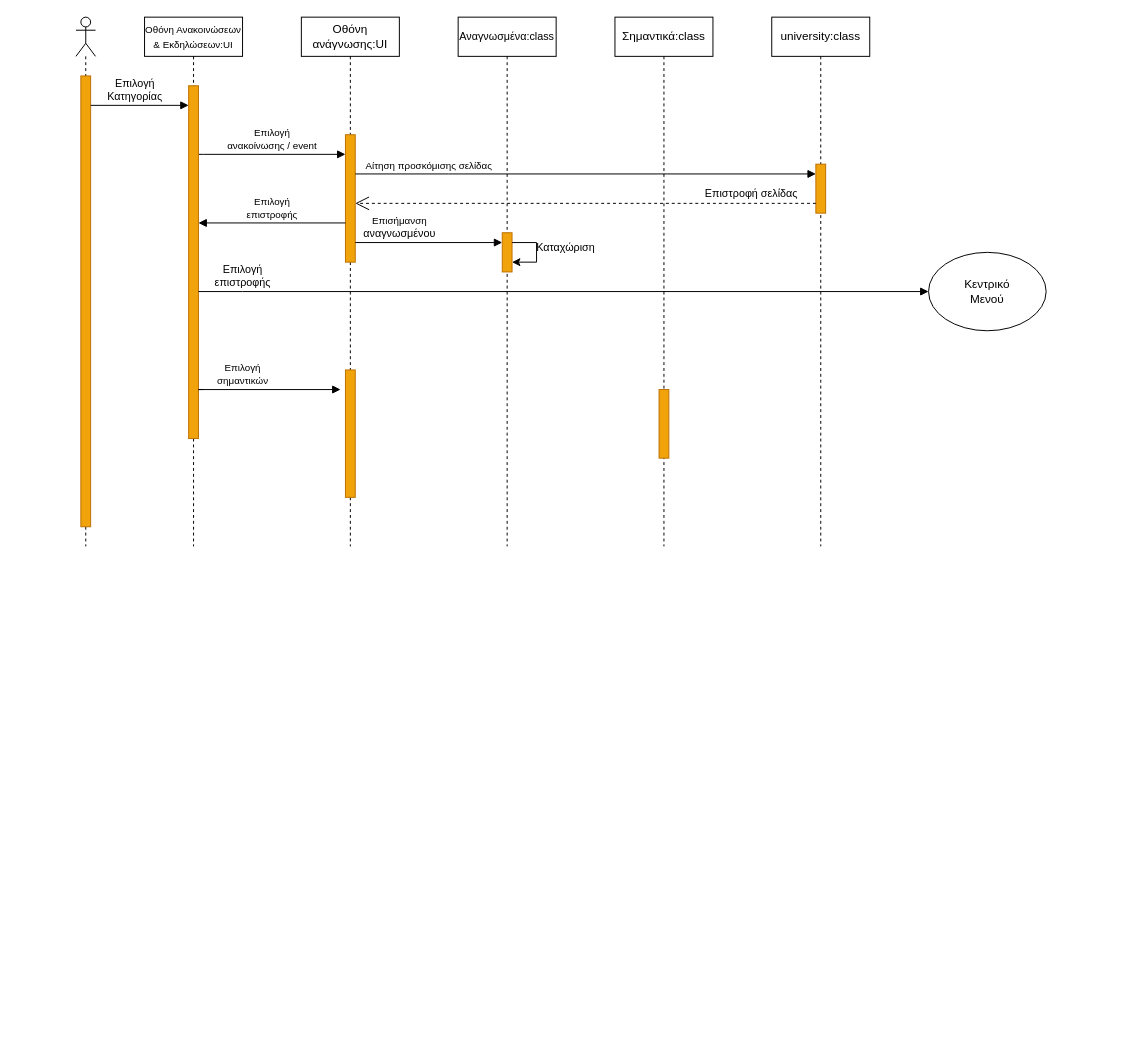
Before: docs/Contributions/Vaggelis/Phase 4/Sequence-Diagrams-v0.1.drawio in Ibournakas/PaPapp, a draw.io diagram. Source tidied: cells renumbered, new cells numbered last; positions are measured from the earlier drawing's top-left corner, leaving out a move shared by most shapes. Both pictures are drawn from the tidied source at 98%, with x=0, y=0 at pixel (75, 17).
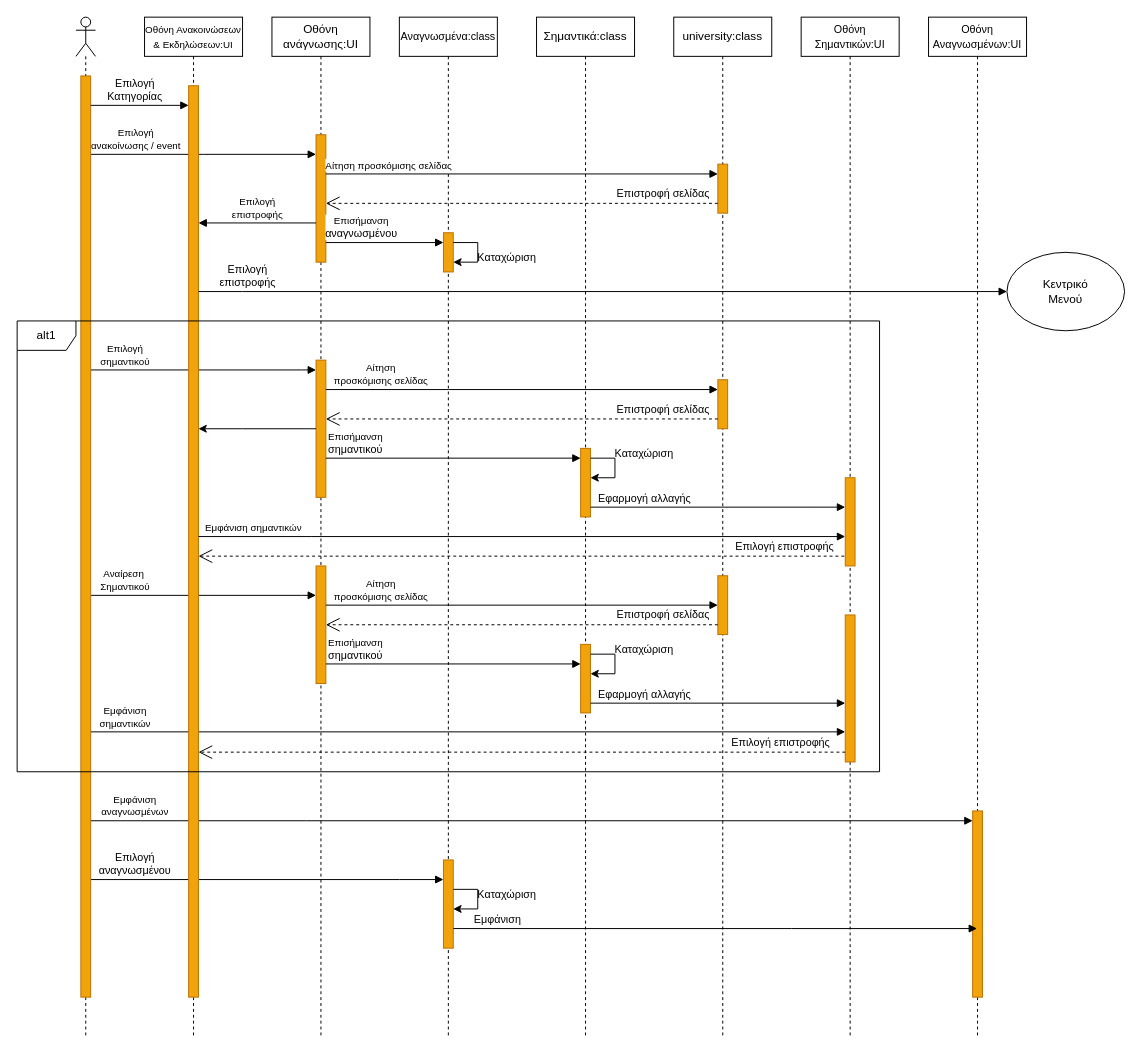
The same diagram, later.

The change refers to these unchanged cells:
```xml
<mxCell id="8" style="html=1;points=[];perimeter=orthogonalPerimeter;outlineConnect=0;targetShapes=umlLifeline;portConstraint=eastwest;newEdgeStyle={&quot;edgeStyle&quot;:&quot;elbowEdgeStyle&quot;,&quot;elbow&quot;:&quot;vertical&quot;,&quot;curved&quot;:0,&quot;rounded&quot;:0};fillColor=#f0a30a;fontColor=#000000;strokeColor=#BD7000;" parent="7" vertex="1">
  <mxGeometry x="45" y="120" width="10" height="130" as="geometry" />
</mxCell>
```

The edit, as a diff of the source:
```diff
@@
+    <mxCell id="26" value="Επιλογή&lt;br&gt;αναγνωσμένου" style="html=1;verticalAlign=bottom;endArrow=block;edgeStyle=elbowEdgeStyle;elbow=vertical;curved=0;rounded=0;" parent="1" edge="1" source="4" target="32">
+      <mxGeometry x="-0.75" relative="1" as="geometry">
+        <Array as="points">
+          <mxPoint x="330" y="880" />
+        </Array>
+      </mxGeometry>
+    </mxCell>
+    <mxCell id="27" value="Επιλογή επιστροφής" style="endArrow=open;endSize=12;dashed=1;html=1;rounded=0;exitX=0.5;exitY=0.889;exitDx=0;exitDy=0;exitPerimeter=0;" parent="1" edge="1" source="38" target="6">
+      <mxGeometry x="-0.8" y="-10" relative="1" as="geometry">
+        <Array as="points">
+          <mxPoint x="745" y="550" />
+          <mxPoint x="385" y="550" />
+        </Array>
+      </mxGeometry>
+    </mxCell>
+    <mxCell id="28" value="&lt;span style=&quot;font-size: 10px;&quot;&gt;Εμφάνιση &lt;br&gt;σημαντικών&lt;/span&gt;" style="html=1;verticalAlign=bottom;endArrow=block;edgeStyle=elbowEdgeStyle;elbow=vertical;curved=0;rounded=0;" parent="1" edge="1" source="4" target="39">
+      <mxGeometry x="-0.91" y="-1" relative="1" as="geometry">
+        <Array as="points">
+          <mxPoint x="250" y="729.3" />
+          <mxPoint x="145" y="739.3" />
+          <mxPoint x="40" y="719.3" />
+        </Array>
+      </mxGeometry>
+    </mxCell>
+    <mxCell id="29" value="&lt;font style=&quot;font-size: 10px;&quot;&gt;Εμφάνιση&lt;br&gt;αναγνωσμένων&lt;br&gt;&lt;/font&gt;" style="html=1;verticalAlign=bottom;endArrow=block;edgeStyle=elbowEdgeStyle;elbow=vertical;curved=0;rounded=0;" parent="1" edge="1" target="44">
+      <mxGeometry x="-0.89" relative="1" as="geometry">
+        <mxPoint x="10" y="820" as="sourcePoint" />
+        <Array as="points">
+          <mxPoint x="235" y="820" />
+          <mxPoint x="130" y="830" />
+          <mxPoint x="25" y="810" />
+        </Array>
+      </mxGeometry>
+    </mxCell>
+    <mxCell id="25" value="&lt;font style=&quot;font-size: 10px;&quot;&gt;Επιλογή &lt;br&gt;σημαντικού&lt;/font&gt;" style="html=1;verticalAlign=bottom;endArrow=block;edgeStyle=elbowEdgeStyle;elbow=vertical;curved=0;rounded=0;" parent="1" edge="1" source="4" target="9">
+      <mxGeometry x="-0.7" relative="1" as="geometry">
+        <Array as="points">
+          <mxPoint x="230" y="360" />
+          <mxPoint x="125" y="370" />
+          <mxPoint x="20" y="350" />
+        </Array>
+      </mxGeometry>
+    </mxCell>
+    <mxCell id="30" value="&lt;span style=&quot;font-size: 10px;&quot;&gt;Αναίρεση&amp;nbsp;&lt;br&gt;Σημαντικού&lt;br&gt;&lt;/span&gt;" style="html=1;verticalAlign=bottom;endArrow=block;edgeStyle=elbowEdgeStyle;elbow=vertical;curved=0;rounded=0;" parent="1" edge="1" source="4" target="31">
+      <mxGeometry x="-0.7" relative="1" as="geometry">
+        <Array as="points">
+          <mxPoint x="230" y="590" />
+          <mxPoint x="235" y="590" />
+          <mxPoint x="130" y="600" />
+          <mxPoint x="25" y="580" />
+        </Array>
+      </mxGeometry>
+    </mxCell>
-    <mxCell id="2" value="&lt;font style=&quot;font-size: 10px;&quot;&gt;Επιλογή &lt;br&gt;ανακοίνωσης / event&lt;/font&gt;" style="html=1;verticalAlign=bottom;endArrow=block;edgeStyle=elbowEdgeStyle;elbow=vertical;curved=0;rounded=0;" parent="1" edge="1" source="6" target="8">
-      <mxGeometry relative="1" as="geometry">
+    <mxCell id="2" value="&lt;font style=&quot;font-size: 10px;&quot;&gt;Επιλογή &lt;br&gt;ανακοίνωσης / event&lt;/font&gt;" style="html=1;verticalAlign=bottom;endArrow=block;edgeStyle=elbowEdgeStyle;elbow=vertical;curved=0;rounded=0;" parent="1" edge="1" source="3" target="8">
+      <mxGeometry x="-0.57" relative="1" as="geometry">
         <Array as="points">
           <mxPoint x="130" y="140" />
           <mxPoint x="25" y="120" />
         </Array>
       </mxGeometry>
     </mxCell>
     <mxCell id="3" style="shape=umlLifeline;perimeter=lifelinePerimeter;whiteSpace=wrap;html=1;outlineConnect=0;portConstraint=eastwest;newEdgeStyle={&quot;edgeStyle&quot;:&quot;elbowEdgeStyle&quot;,&quot;elbow&quot;:&quot;vertical&quot;,&quot;curved&quot;:0,&quot;rounded&quot;:0};participant=umlActor;" parent="1" vertex="1">
-      <mxGeometry width="20" height="540" as="geometry" />
+      <mxGeometry width="20" height="1040" as="geometry" />
     </mxCell>
     <mxCell id="4" style="html=1;points=[];perimeter=orthogonalPerimeter;outlineConnect=0;targetShapes=umlLifeline;portConstraint=eastwest;newEdgeStyle={&quot;edgeStyle&quot;:&quot;elbowEdgeStyle&quot;,&quot;elbow&quot;:&quot;vertical&quot;,&quot;curved&quot;:0,&quot;rounded&quot;:0};fillColor=#f0a30a;fontColor=#000000;strokeColor=#BD7000;" parent="3" vertex="1">
-      <mxGeometry x="5" y="60" width="10" height="460" as="geometry" />
+      <mxGeometry x="5" y="60" width="10" height="940" as="geometry" />
     </mxCell>
     <mxCell id="5" value="&lt;font style=&quot;font-size: 10px;&quot;&gt;Οθόνη Ανακοινώσεων &amp;amp; Εκδηλώσεων:UI&lt;/font&gt;" style="shape=umlLifeline;perimeter=lifelinePerimeter;whiteSpace=wrap;html=1;newEdgeStyle={&quot;edgeStyle&quot;:&quot;elbowEdgeStyle&quot;,&quot;elbow&quot;:&quot;vertical&quot;,&quot;curved&quot;:0,&quot;rounded&quot;:0};" parent="1" vertex="1">
-      <mxGeometry x="70" width="100" height="540" as="geometry" />
+      <mxGeometry x="70" width="100" height="1040" as="geometry" />
     </mxCell>
     <mxCell id="6" style="html=1;points=[];perimeter=orthogonalPerimeter;outlineConnect=0;targetShapes=umlLifeline;portConstraint=eastwest;newEdgeStyle={&quot;edgeStyle&quot;:&quot;elbowEdgeStyle&quot;,&quot;elbow&quot;:&quot;vertical&quot;,&quot;curved&quot;:0,&quot;rounded&quot;:0};fillColor=#f0a30a;fontColor=#000000;strokeColor=#BD7000;" parent="5" vertex="1">
-      <mxGeometry x="45" y="70" width="10" height="360" as="geometry" />
+      <mxGeometry x="45" y="70" width="10" height="930" as="geometry" />
     </mxCell>
     <mxCell id="7" value="Οθόνη ανάγνωσης:UI" style="shape=umlLifeline;perimeter=lifelinePerimeter;whiteSpace=wrap;html=1;newEdgeStyle={&quot;edgeStyle&quot;:&quot;elbowEdgeStyle&quot;,&quot;elbow&quot;:&quot;vertical&quot;,&quot;curved&quot;:0,&quot;rounded&quot;:0};" parent="1" vertex="1">
-      <mxGeometry x="230" width="100" height="540" as="geometry" />
+      <mxGeometry x="200" width="100" height="1040" as="geometry" />
     </mxCell>
@@
     <mxCell id="9" style="html=1;points=[];perimeter=orthogonalPerimeter;outlineConnect=0;targetShapes=umlLifeline;portConstraint=eastwest;newEdgeStyle={&quot;edgeStyle&quot;:&quot;elbowEdgeStyle&quot;,&quot;elbow&quot;:&quot;vertical&quot;,&quot;curved&quot;:0,&quot;rounded&quot;:0};fillColor=#f0a30a;fontColor=#000000;strokeColor=#BD7000;" parent="7" vertex="1">
-      <mxGeometry x="45" y="360" width="10" height="130" as="geometry" />
+      <mxGeometry x="45" y="350" width="10" height="140" as="geometry" />
     </mxCell>
+    <mxCell id="31" style="html=1;points=[];perimeter=orthogonalPerimeter;outlineConnect=0;targetShapes=umlLifeline;portConstraint=eastwest;newEdgeStyle={&quot;edgeStyle&quot;:&quot;elbowEdgeStyle&quot;,&quot;elbow&quot;:&quot;vertical&quot;,&quot;curved&quot;:0,&quot;rounded&quot;:0};fillColor=#f0a30a;fontColor=#000000;strokeColor=#BD7000;" parent="7" vertex="1">
+      <mxGeometry x="45" y="560" width="10" height="120" as="geometry" />
+    </mxCell>
     <mxCell id="10" value="&lt;font style=&quot;font-size: 11px;&quot;&gt;Αναγνωσμένα:class&lt;/font&gt;" style="shape=umlLifeline;perimeter=lifelinePerimeter;whiteSpace=wrap;html=1;newEdgeStyle={&quot;edgeStyle&quot;:&quot;elbowEdgeStyle&quot;,&quot;elbow&quot;:&quot;vertical&quot;,&quot;curved&quot;:0,&quot;rounded&quot;:0};" parent="1" vertex="1">
-      <mxGeometry x="390" width="100" height="540" as="geometry" />
+      <mxGeometry x="330" width="100" height="1040" as="geometry" />
     </mxCell>
@@
+    <mxCell id="32" style="html=1;points=[];perimeter=orthogonalPerimeter;outlineConnect=0;targetShapes=umlLifeline;portConstraint=eastwest;newEdgeStyle={&quot;edgeStyle&quot;:&quot;elbowEdgeStyle&quot;,&quot;elbow&quot;:&quot;vertical&quot;,&quot;curved&quot;:0,&quot;rounded&quot;:0};fillColor=#f0a30a;fontColor=#000000;strokeColor=#BD7000;" parent="10" vertex="1">
+      <mxGeometry x="45" y="860" width="10" height="90" as="geometry" />
+    </mxCell>
     <mxCell id="13" value="Σημαντικά:class" style="shape=umlLifeline;perimeter=lifelinePerimeter;whiteSpace=wrap;html=1;newEdgeStyle={&quot;edgeStyle&quot;:&quot;elbowEdgeStyle&quot;,&quot;elbow&quot;:&quot;vertical&quot;,&quot;curved&quot;:0,&quot;rounded&quot;:0};" parent="1" vertex="1">
-      <mxGeometry x="550" width="100" height="540" as="geometry" />
+      <mxGeometry x="470" width="100" height="1040" as="geometry" />
     </mxCell>
     <mxCell id="14" style="html=1;points=[];perimeter=orthogonalPerimeter;outlineConnect=0;targetShapes=umlLifeline;portConstraint=eastwest;newEdgeStyle={&quot;edgeStyle&quot;:&quot;elbowEdgeStyle&quot;,&quot;elbow&quot;:&quot;vertical&quot;,&quot;curved&quot;:0,&quot;rounded&quot;:0};fillColor=#f0a30a;fontColor=#000000;strokeColor=#BD7000;" parent="13" vertex="1">
-      <mxGeometry x="45" y="380" width="10" height="70" as="geometry" />
+      <mxGeometry x="45" y="440" width="10" height="70" as="geometry" />
     </mxCell>
+    <mxCell id="33" style="endArrow=classic;html=1;rounded=0;" parent="13" edge="1" source="14" target="14">
+      <mxGeometry relative="1" as="geometry">
+        <Array as="points">
+          <mxPoint x="80" y="450" />
+          <mxPoint x="80" y="470" />
+        </Array>
+      </mxGeometry>
+    </mxCell>
     <mxCell id="15" value="university:class" style="shape=umlLifeline;perimeter=lifelinePerimeter;whiteSpace=wrap;html=1;newEdgeStyle={&quot;edgeStyle&quot;:&quot;elbowEdgeStyle&quot;,&quot;elbow&quot;:&quot;vertical&quot;,&quot;curved&quot;:0,&quot;rounded&quot;:0};" parent="1" vertex="1">
-      <mxGeometry x="710" width="100" height="540" as="geometry" />
+      <mxGeometry x="610" width="100" height="1040" as="geometry" />
     </mxCell>
@@
+    <mxCell id="34" style="html=1;points=[];perimeter=orthogonalPerimeter;outlineConnect=0;targetShapes=umlLifeline;portConstraint=eastwest;newEdgeStyle={&quot;edgeStyle&quot;:&quot;elbowEdgeStyle&quot;,&quot;elbow&quot;:&quot;vertical&quot;,&quot;curved&quot;:0,&quot;rounded&quot;:0};fillColor=#f0a30a;fontColor=#000000;strokeColor=#BD7000;" parent="15" vertex="1">
+      <mxGeometry x="45" y="370" width="10" height="50" as="geometry" />
+    </mxCell>
@@
     <mxCell id="21" value="Κεντρικό&lt;br&gt;Μενού" style="ellipse;whiteSpace=wrap;html=1;" parent="1" vertex="1">
-      <mxGeometry x="870" y="240" width="120" height="80" as="geometry" />
+      <mxGeometry x="950" y="240" width="120" height="80" as="geometry" />
     </mxCell>
@@
     <mxCell id="24" value="&lt;font style=&quot;font-size: 11px;&quot;&gt;Καταχώριση&lt;/font&gt;" style="text;html=1;strokeColor=none;fillColor=none;align=center;verticalAlign=middle;whiteSpace=wrap;rounded=0;" parent="1" vertex="1">
-      <mxGeometry x="470" y="220" width="60" height="30" as="geometry" />
+      <mxGeometry x="410" y="230" width="60" height="30" as="geometry" />
     </mxCell>
-    <mxCell id="25" value="&lt;font style=&quot;font-size: 10px;&quot;&gt;Επιλογή &lt;br&gt;σημαντικών&lt;/font&gt;" style="html=1;verticalAlign=bottom;endArrow=block;edgeStyle=elbowEdgeStyle;elbow=vertical;curved=0;rounded=0;" parent="1" edge="1">
-      <mxGeometry x="-0.33" relative="1" as="geometry">
-        <mxPoint x="130" y="380" as="sourcePoint" />
-        <mxPoint x="270" y="380" as="targetPoint" />
-        <Array as="points">
-          <mxPoint x="125" y="380" />
-          <mxPoint x="20" y="360" />
-        </Array>
-      </mxGeometry>
-    </mxCell>
+    <mxCell id="35" value="&lt;span style=&quot;font-size: 10px;&quot;&gt;Επισήμανση&lt;br&gt;&lt;/span&gt;σημαντικού" style="html=1;verticalAlign=bottom;endArrow=block;edgeStyle=elbowEdgeStyle;elbow=vertical;curved=0;rounded=0;" parent="1" edge="1" source="9" target="14">
+      <mxGeometry x="-0.77" relative="1" as="geometry">
+        <Array as="points">
+          <mxPoint x="300" y="450" />
+          <mxPoint x="195" y="430" />
+        </Array>
+      </mxGeometry>
+    </mxCell>
+    <mxCell id="36" value="&lt;font style=&quot;font-size: 11px;&quot;&gt;Καταχώριση&lt;/font&gt;" style="text;html=1;strokeColor=none;fillColor=none;align=center;verticalAlign=middle;whiteSpace=wrap;rounded=0;" parent="1" vertex="1">
+      <mxGeometry x="550" y="430" width="60" height="30" as="geometry" />
+    </mxCell>
+    <mxCell id="37" value="&lt;span style=&quot;font-size: 11px;&quot;&gt;Οθόνη Σημαντικών:UI&lt;/span&gt;" style="shape=umlLifeline;perimeter=lifelinePerimeter;whiteSpace=wrap;html=1;newEdgeStyle={&quot;edgeStyle&quot;:&quot;elbowEdgeStyle&quot;,&quot;elbow&quot;:&quot;vertical&quot;,&quot;curved&quot;:0,&quot;rounded&quot;:0};" parent="1" vertex="1">
+      <mxGeometry x="740" width="100" height="1040" as="geometry" />
+    </mxCell>
+    <mxCell id="38" style="html=1;points=[];perimeter=orthogonalPerimeter;outlineConnect=0;targetShapes=umlLifeline;portConstraint=eastwest;newEdgeStyle={&quot;edgeStyle&quot;:&quot;elbowEdgeStyle&quot;,&quot;elbow&quot;:&quot;vertical&quot;,&quot;curved&quot;:0,&quot;rounded&quot;:0};fillColor=#f0a30a;fontColor=#000000;strokeColor=#BD7000;" parent="37" vertex="1">
+      <mxGeometry x="45" y="470" width="10" height="90" as="geometry" />
+    </mxCell>
+    <mxCell id="39" style="html=1;points=[];perimeter=orthogonalPerimeter;outlineConnect=0;targetShapes=umlLifeline;portConstraint=eastwest;newEdgeStyle={&quot;edgeStyle&quot;:&quot;elbowEdgeStyle&quot;,&quot;elbow&quot;:&quot;vertical&quot;,&quot;curved&quot;:0,&quot;rounded&quot;:0};fillColor=#f0a30a;fontColor=#000000;strokeColor=#BD7000;" parent="37" vertex="1">
+      <mxGeometry x="45" y="610" width="10" height="150" as="geometry" />
+    </mxCell>
+    <mxCell id="40" value="&lt;span style=&quot;font-size: 10px;&quot;&gt;Αίτηση &lt;br&gt;προσκόμισης σελίδας&lt;/span&gt;" style="html=1;verticalAlign=bottom;endArrow=block;edgeStyle=elbowEdgeStyle;elbow=vertical;curved=0;rounded=0;" parent="1" edge="1" source="9" target="34">
+      <mxGeometry x="-0.72" relative="1" as="geometry">
+        <Array as="points">
+          <mxPoint x="380" y="380" />
+          <mxPoint x="300" y="360" />
+        </Array>
+      </mxGeometry>
+    </mxCell>
+    <mxCell id="41" value="Επιστροφή σελίδας" style="endArrow=open;endSize=12;dashed=1;html=1;rounded=0;" parent="1" edge="1" source="34" target="9">
+      <mxGeometry x="-0.72" y="-10" relative="1" as="geometry">
+        <Array as="points">
+          <mxPoint x="440" y="410" />
+        </Array>
+      </mxGeometry>
+    </mxCell>
+    <mxCell id="42" value="&lt;span style=&quot;font-size: 10px;&quot;&gt;Εμφάνιση σημαντικών&lt;/span&gt;" style="html=1;verticalAlign=bottom;endArrow=block;edgeStyle=elbowEdgeStyle;elbow=vertical;curved=0;rounded=0;" parent="1" edge="1" source="6" target="38">
+      <mxGeometry x="-0.83" relative="1" as="geometry">
+        <Array as="points">
+          <mxPoint x="240" y="530" />
+          <mxPoint x="135" y="540" />
+          <mxPoint x="30" y="520" />
+        </Array>
+      </mxGeometry>
+    </mxCell>
+    <mxCell id="43" value="&lt;span style=&quot;font-size: 11px;&quot;&gt;Οθόνη Αναγνωσμένων:UI&lt;/span&gt;" style="shape=umlLifeline;perimeter=lifelinePerimeter;whiteSpace=wrap;html=1;outlineConnect=0;portConstraint=eastwest;newEdgeStyle={&quot;edgeStyle&quot;:&quot;elbowEdgeStyle&quot;,&quot;elbow&quot;:&quot;vertical&quot;,&quot;curved&quot;:0,&quot;rounded&quot;:0};" parent="1" vertex="1">
+      <mxGeometry x="870" width="100" height="1040" as="geometry" />
+    </mxCell>
+    <mxCell id="44" style="html=1;points=[];perimeter=orthogonalPerimeter;outlineConnect=0;targetShapes=umlLifeline;portConstraint=eastwest;newEdgeStyle={&quot;edgeStyle&quot;:&quot;elbowEdgeStyle&quot;,&quot;elbow&quot;:&quot;vertical&quot;,&quot;curved&quot;:0,&quot;rounded&quot;:0};fillColor=#f0a30a;fontColor=#000000;strokeColor=#BD7000;" parent="43" vertex="1">
+      <mxGeometry x="45" y="810" width="10" height="190" as="geometry" />
+    </mxCell>
+    <mxCell id="45" value="Εφαρμογή αλλαγής" style="html=1;verticalAlign=bottom;endArrow=block;edgeStyle=elbowEdgeStyle;elbow=vertical;curved=0;rounded=0;" parent="1" edge="1" source="14" target="38">
+      <mxGeometry x="-0.58" relative="1" as="geometry">
+        <Array as="points">
+          <mxPoint x="750" y="500" />
+        </Array>
+      </mxGeometry>
+    </mxCell>
+    <mxCell id="46" value="alt1" style="shape=umlFrame;whiteSpace=wrap;html=1;" parent="1" vertex="1">
+      <mxGeometry x="-60" y="310" width="880" height="460" as="geometry" />
+    </mxCell>
+    <mxCell id="47" style="edgeStyle=elbowEdgeStyle;rounded=0;jettySize=auto;html=1;elbow=vertical;curved=0;" parent="1" edge="1" source="9" target="6">
+      <mxGeometry relative="1" as="geometry">
+        <Array as="points">
+          <mxPoint x="170" y="420" />
+        </Array>
+      </mxGeometry>
+    </mxCell>
+    <mxCell id="48" style="html=1;points=[];perimeter=orthogonalPerimeter;outlineConnect=0;targetShapes=umlLifeline;portConstraint=eastwest;newEdgeStyle={&quot;edgeStyle&quot;:&quot;elbowEdgeStyle&quot;,&quot;elbow&quot;:&quot;vertical&quot;,&quot;curved&quot;:0,&quot;rounded&quot;:0};fillColor=#f0a30a;fontColor=#000000;strokeColor=#BD7000;" parent="1" vertex="1">
+      <mxGeometry x="655" y="570" width="10" height="60" as="geometry" />
+    </mxCell>
+    <mxCell id="49" value="&lt;span style=&quot;font-size: 10px;&quot;&gt;Αίτηση &lt;br&gt;προσκόμισης σελίδας&lt;/span&gt;" style="html=1;verticalAlign=bottom;endArrow=block;edgeStyle=elbowEdgeStyle;elbow=vertical;curved=0;rounded=0;" parent="1" edge="1" source="31" target="48">
+      <mxGeometry x="-0.72" relative="1" as="geometry">
+        <Array as="points">
+          <mxPoint x="380" y="600" />
+          <mxPoint x="300" y="580" />
+        </Array>
+      </mxGeometry>
+    </mxCell>
+    <mxCell id="50" value="Επιστροφή σελίδας" style="endArrow=open;endSize=12;dashed=1;html=1;rounded=0;" parent="1" edge="1">
+      <mxGeometry x="-0.72" y="-10" relative="1" as="geometry">
+        <mxPoint x="655" y="620" as="sourcePoint" />
+        <mxPoint x="255" y="620" as="targetPoint" />
+        <Array as="points">
+          <mxPoint x="440" y="620" />
+        </Array>
+      </mxGeometry>
+    </mxCell>
+    <mxCell id="51" style="html=1;perimeter=orthogonalPerimeter;targetShapes=umlLifeline;newEdgeStyle={&quot;edgeStyle&quot;:&quot;elbowEdgeStyle&quot;,&quot;elbow&quot;:&quot;vertical&quot;,&quot;curved&quot;:0,&quot;rounded&quot;:0};fillColor=#f0a30a;fontColor=#000000;strokeColor=#BD7000;" parent="1" vertex="1">
+      <mxGeometry x="515" y="640" width="10" height="70" as="geometry" />
+    </mxCell>
+    <mxCell id="52" style="endArrow=classic;html=1;rounded=0;" parent="1" edge="1">
+      <mxGeometry relative="1" as="geometry">
+        <mxPoint x="525" y="650" as="sourcePoint" />
+        <mxPoint x="525" y="670" as="targetPoint" />
+        <Array as="points">
+          <mxPoint x="550" y="650" />
+          <mxPoint x="550" y="670" />
+        </Array>
+      </mxGeometry>
+    </mxCell>
+    <mxCell id="53" value="&lt;font style=&quot;font-size: 11px;&quot;&gt;Καταχώριση&lt;/font&gt;" style="text;html=1;strokeColor=none;fillColor=none;align=center;verticalAlign=middle;whiteSpace=wrap;rounded=0;" parent="1" vertex="1">
+      <mxGeometry x="550" y="630" width="60" height="30" as="geometry" />
+    </mxCell>
+    <mxCell id="54" value="&lt;span style=&quot;font-size: 10px;&quot;&gt;Επισήμανση&lt;br&gt;&lt;/span&gt;σημαντικού" style="html=1;verticalAlign=bottom;endArrow=block;edgeStyle=elbowEdgeStyle;elbow=vertical;curved=0;rounded=0;" parent="1" edge="1">
+      <mxGeometry x="-0.77" relative="1" as="geometry">
+        <mxPoint x="255" y="660" as="sourcePoint" />
+        <mxPoint x="515" y="660" as="targetPoint" />
+        <Array as="points">
+          <mxPoint x="300" y="660" />
+          <mxPoint x="195" y="640" />
+        </Array>
+      </mxGeometry>
+    </mxCell>
+    <mxCell id="55" value="Εφαρμογή αλλαγής" style="html=1;verticalAlign=bottom;endArrow=block;edgeStyle=elbowEdgeStyle;elbow=vertical;curved=0;rounded=0;" parent="1" edge="1">
+      <mxGeometry x="-0.58" relative="1" as="geometry">
+        <mxPoint x="525" y="700" as="sourcePoint" />
+        <mxPoint x="785" y="700" as="targetPoint" />
+        <Array as="points">
+          <mxPoint x="750" y="700" />
+        </Array>
+      </mxGeometry>
+    </mxCell>
+    <mxCell id="56" value="Επιλογή επιστροφής" style="endArrow=open;endSize=12;dashed=1;html=1;rounded=0;" parent="1" edge="1" source="39" target="6">
+      <mxGeometry x="-0.8" y="-10" relative="1" as="geometry">
+        <Array as="points">
+          <mxPoint x="750" y="750" />
+          <mxPoint x="390" y="750" />
+        </Array>
+      </mxGeometry>
+    </mxCell>
+    <mxCell id="57" style="endArrow=classic;html=1;rounded=0;" parent="1" edge="1">
+      <mxGeometry relative="1" as="geometry">
+        <mxPoint x="385" y="890" as="sourcePoint" />
+        <mxPoint x="385" y="910" as="targetPoint" />
+        <Array as="points">
+          <mxPoint x="410" y="890" />
+          <mxPoint x="410" y="910" />
+        </Array>
+      </mxGeometry>
+    </mxCell>
+    <mxCell id="58" value="&lt;font style=&quot;font-size: 11px;&quot;&gt;Καταχώριση&lt;/font&gt;" style="text;html=1;strokeColor=none;fillColor=none;align=center;verticalAlign=middle;whiteSpace=wrap;rounded=0;" parent="1" vertex="1">
+      <mxGeometry x="410" y="880" width="60" height="30" as="geometry" />
+    </mxCell>
+    <mxCell id="59" value="Εμφάνιση" style="html=1;verticalAlign=bottom;endArrow=block;edgeStyle=elbowEdgeStyle;elbow=vertical;curved=0;rounded=0;" parent="1" edge="1" source="32" target="43">
+      <mxGeometry x="-0.83" relative="1" as="geometry">
+        <Array as="points">
+          <mxPoint x="730" y="930" />
+        </Array>
+      </mxGeometry>
+    </mxCell>
```
